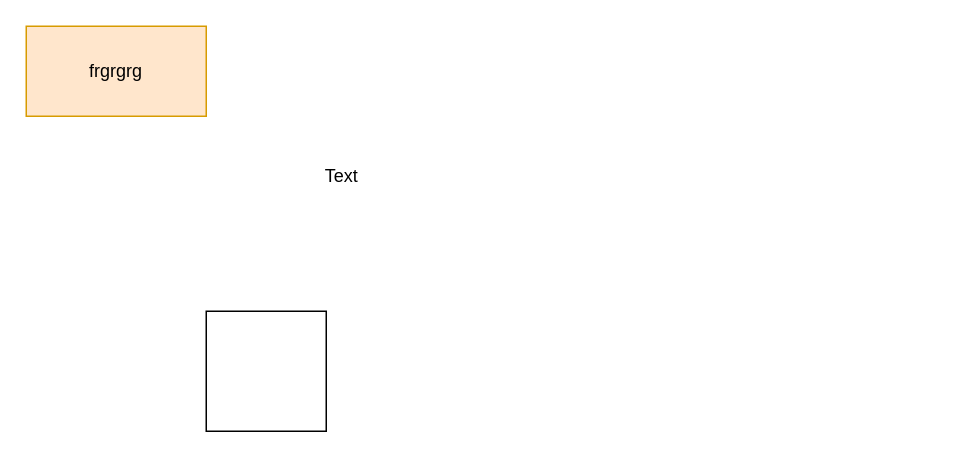
Before: Untitled Diagram.drawio in daniapm/final_project_t, a draw.io diagram. Source tidied: cells renumbered, new cells numbered last; positions are measured from the earlier drawing's top-left corner, leaving out a move shared by most shapes. Both pictures are drawn from the tidied source at 150%, with x=0, y=0 at pixel (26, 26).
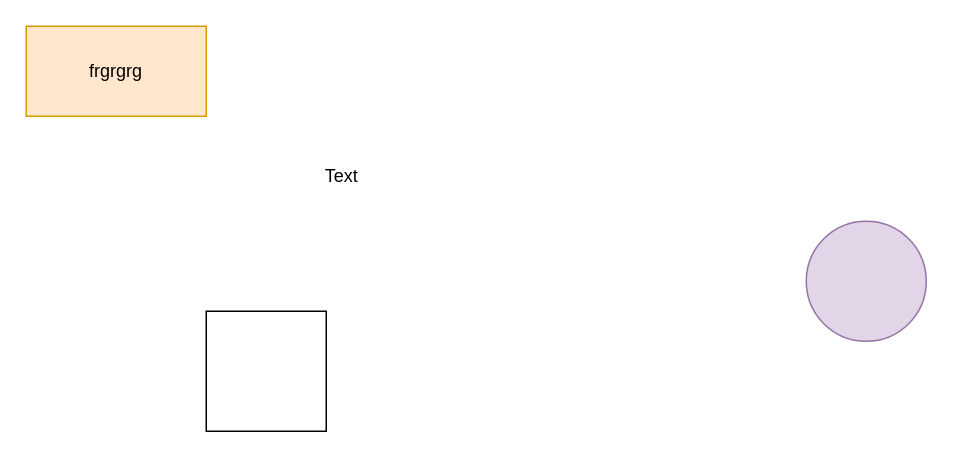
The same diagram, later.

What changed in the source:
```diff
@@
 <mxGraphModel>
   <root>
     <mxCell id="0" />
     <mxCell id="1" parent="0" />
     <mxCell id="2" value="frgrgrg" style="rounded=0;whiteSpace=wrap;html=1;fillColor=#ffe6cc;strokeColor=#d79b00;" parent="1" vertex="1">
       <mxGeometry width="120" height="60" as="geometry" />
     </mxCell>
     <mxCell id="3" value="Text" style="text;html=1;align=center;verticalAlign=middle;strokeColor=none;fillColor=none;" parent="1" vertex="1">
       <mxGeometry x="190" y="90" width="40" height="20" as="geometry" />
     </mxCell>
     <mxCell id="4" style="whiteSpace=wrap;html=1;" parent="1" vertex="1">
       <mxGeometry x="120" y="190" width="80" height="80" as="geometry" />
     </mxCell>
+    <mxCell id="5" style="ellipse;whiteSpace=wrap;html=1;fillColor=#e1d5e7;strokeColor=#9673a6;" parent="1" vertex="1">
+      <mxGeometry x="520" y="130" width="80" height="80" as="geometry" />
+    </mxCell>
   </root>
 </mxGraphModel>
```
